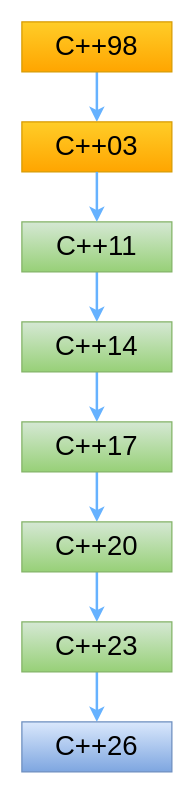
Before: docs/diagrams/cpp_version_history.drawio in gammasoft71/cpp_modern_course, a draw.io diagram. Source tidied: cells renumbered, new cells numbered last; positions are measured from the earlier drawing's top-left corner, leaving out a move shared by most shapes. Both pictures are drawn from the tidied source at 125%, with x=0, y=0 at pixel (21, 21).
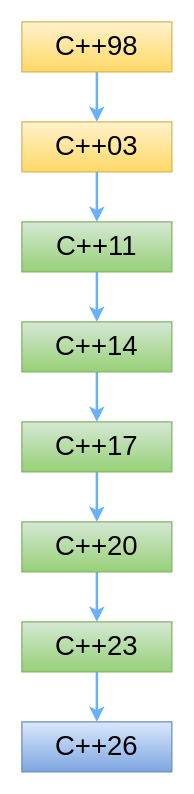
After the change.

Change to the diagram source:
```diff
@@
 <mxGraphModel>
   <root>
     <mxCell id="0" />
     <mxCell id="1" parent="0" />
     <mxCell id="2" style="edgeStyle=orthogonalEdgeStyle;rounded=0;jettySize=auto;html=1;exitX=0.5;exitY=1;exitDx=0;exitDy=0;entryX=0.5;entryY=0;entryDx=0;entryDy=0;strokeColor=#66B2FF;strokeWidth=2;" parent="1" edge="1" source="3" target="15">
       <mxGeometry relative="1" as="geometry" />
     </mxCell>
-    <mxCell id="3" value="C++98" style="rounded=0;whiteSpace=wrap;html=1;fontSize=22;fillColor=#ffcd28;gradientColor=#ffa500;strokeColor=#d79b00;fontColor=#000000;" parent="1" vertex="1">
+    <mxCell id="3" value="C++98" style="rounded=0;whiteSpace=wrap;html=1;fontSize=22;fillColor=#fff2cc;gradientColor=#ffd966;strokeColor=#d6b656;fontColor=#000000;" parent="1" vertex="1">
       <mxGeometry width="120" height="40" as="geometry" />
     </mxCell>
     <mxCell id="4" style="edgeStyle=orthogonalEdgeStyle;rounded=0;jettySize=auto;html=1;exitX=0.5;exitY=1;exitDx=0;exitDy=0;entryX=0.5;entryY=0;entryDx=0;entryDy=0;strokeColor=#66B2FF;strokeWidth=2;" parent="1" edge="1" source="5" target="7">
       <mxGeometry relative="1" as="geometry" />
     </mxCell>
     <mxCell id="5" value="C++11" style="rounded=0;whiteSpace=wrap;html=1;fontSize=22;fillColor=#d5e8d4;gradientColor=#97d077;strokeColor=#82b366;fontColor=#000000;" parent="1" vertex="1">
       <mxGeometry y="160" width="120" height="40" as="geometry" />
     </mxCell>
     <mxCell id="6" style="edgeStyle=orthogonalEdgeStyle;rounded=0;jettySize=auto;html=1;exitX=0.5;exitY=1;exitDx=0;exitDy=0;entryX=0.5;entryY=0;entryDx=0;entryDy=0;strokeColor=#66B2FF;strokeWidth=2;" parent="1" edge="1" source="7" target="9">
       <mxGeometry relative="1" as="geometry" />
     </mxCell>
     <mxCell id="7" value="C++14" style="rounded=0;whiteSpace=wrap;html=1;fontSize=22;fillColor=#d5e8d4;gradientColor=#97d077;strokeColor=#82b366;fontColor=#000000;" parent="1" vertex="1">
       <mxGeometry y="240" width="120" height="40" as="geometry" />
     </mxCell>
     <mxCell id="8" style="edgeStyle=orthogonalEdgeStyle;rounded=0;jettySize=auto;html=1;exitX=0.5;exitY=1;exitDx=0;exitDy=0;entryX=0.5;entryY=0;entryDx=0;entryDy=0;strokeColor=#66B2FF;strokeWidth=2;" parent="1" edge="1" source="9" target="11">
       <mxGeometry relative="1" as="geometry" />
     </mxCell>
     <mxCell id="9" value="C++17" style="rounded=0;whiteSpace=wrap;html=1;fontSize=22;fillColor=#d5e8d4;gradientColor=#97d077;strokeColor=#82b366;fontColor=#000000;" parent="1" vertex="1">
       <mxGeometry y="320" width="120" height="40" as="geometry" />
     </mxCell>
     <mxCell id="10" style="edgeStyle=orthogonalEdgeStyle;rounded=0;jettySize=auto;html=1;exitX=0.5;exitY=1;exitDx=0;exitDy=0;entryX=0.5;entryY=0;entryDx=0;entryDy=0;strokeColor=#66B2FF;strokeWidth=2;" parent="1" edge="1" source="11" target="13">
       <mxGeometry relative="1" as="geometry" />
     </mxCell>
     <mxCell id="11" value="C++20" style="rounded=0;whiteSpace=wrap;html=1;fontSize=22;fillColor=#d5e8d4;gradientColor=#97d077;strokeColor=#82b366;fontColor=#000000;" parent="1" vertex="1">
       <mxGeometry y="400" width="120" height="40" as="geometry" />
     </mxCell>
     <mxCell id="12" style="edgeStyle=orthogonalEdgeStyle;rounded=0;jettySize=auto;html=1;exitX=0.5;exitY=1;exitDx=0;exitDy=0;entryX=0.5;entryY=0;entryDx=0;entryDy=0;strokeColor=#66B2FF;strokeWidth=2;" parent="1" edge="1" source="13" target="14">
       <mxGeometry relative="1" as="geometry" />
     </mxCell>
     <mxCell id="13" value="C++23" style="rounded=0;whiteSpace=wrap;html=1;fontSize=22;fillColor=#d5e8d4;gradientColor=#97d077;strokeColor=#82b366;fontColor=#000000;" parent="1" vertex="1">
       <mxGeometry y="480" width="120" height="40" as="geometry" />
     </mxCell>
     <mxCell id="14" value="C++26" style="rounded=0;whiteSpace=wrap;html=1;fontSize=22;fillColor=#dae8fc;gradientColor=#7ea6e0;strokeColor=#6c8ebf;fontColor=#000000;" parent="1" vertex="1">
       <mxGeometry y="560" width="120" height="40" as="geometry" />
     </mxCell>
-    <mxCell id="15" value="C++03" style="rounded=0;whiteSpace=wrap;html=1;fontSize=22;fillColor=#ffcd28;gradientColor=#ffa500;strokeColor=#d79b00;fontColor=#000000;" parent="1" vertex="1">
+    <mxCell id="15" value="C++03" style="rounded=0;whiteSpace=wrap;html=1;fontSize=22;fillColor=#fff2cc;gradientColor=#ffd966;strokeColor=#d6b656;fontColor=#000000;" parent="1" vertex="1">
       <mxGeometry y="80" width="120" height="40" as="geometry" />
     </mxCell>
     <mxCell id="16" style="edgeStyle=orthogonalEdgeStyle;rounded=0;jettySize=auto;html=1;entryX=0.5;entryY=0;entryDx=0;entryDy=0;strokeColor=#66B2FF;strokeWidth=2;exitX=0.5;exitY=1;exitDx=0;exitDy=0;" parent="1" edge="1" source="15" target="5">
       <mxGeometry relative="1" as="geometry" />
     </mxCell>
   </root>
 </mxGraphModel>
```
